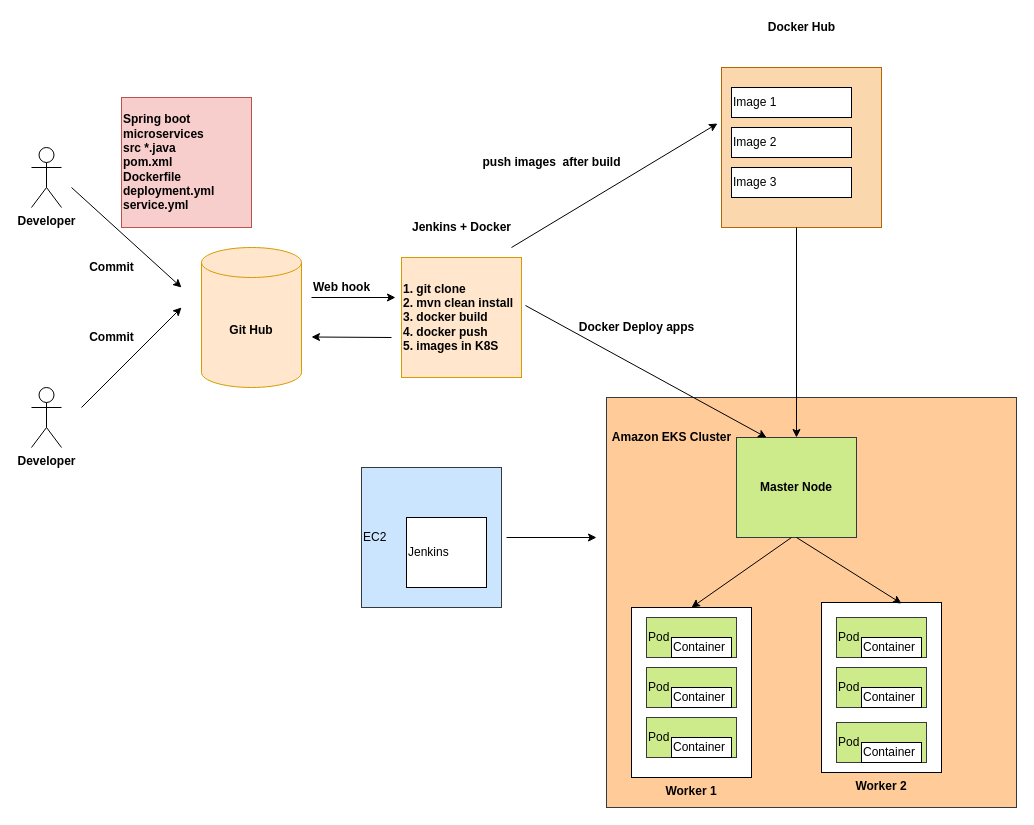
Before: Untitled Diagram.drawio in Shwetalishine/break-online-booking-system, a draw.io diagram. Source tidied: cells renumbered, new cells numbered last; positions are measured from the earlier drawing's top-left corner, leaving out a move shared by most shapes. Both pictures are drawn from the tidied source at 100%, with x=0, y=0 at pixel (31, 17).
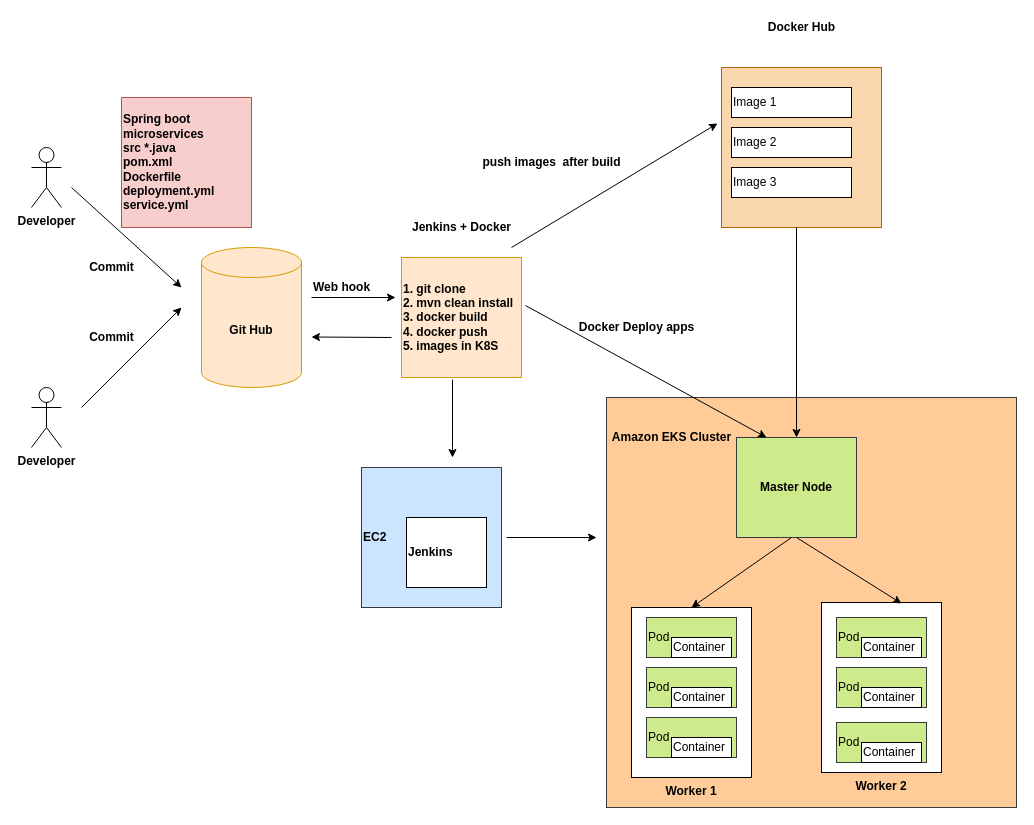
After the change.

The change refers to these unchanged cells:
```xml
<mxCell id="10" value="&lt;b&gt;1. git clone&lt;br&gt;2. mvn clean install&lt;br&gt;3. docker build&lt;br&gt;4. docker push&lt;br&gt;5. images in K8S&lt;/b&gt;" style="whiteSpace=wrap;html=1;fillColor=#ffe6cc;strokeColor=#d79b00;align=left;" parent="1" vertex="1">
  <mxGeometry x="370" y="240" width="120" height="120" as="geometry" />
</mxCell>
```

The edit, as a diff of the source:
```diff
@@
-    <mxCell id="45" value="EC2" style="whiteSpace=wrap;html=1;align=left;fillColor=#cce5ff;strokeColor=#36393d;" parent="1" vertex="1">
+    <mxCell id="45" value="&lt;b&gt;EC2&lt;/b&gt;" style="whiteSpace=wrap;html=1;align=left;fillColor=#cce5ff;strokeColor=#36393d;" parent="1" vertex="1">
       <mxGeometry x="330" y="450" width="140" height="140" as="geometry" />
     </mxCell>
-    <mxCell id="46" value="Jenkins" style="rounded=0;whiteSpace=wrap;html=1;align=left;" parent="1" vertex="1">
+    <mxCell id="46" value="&lt;b&gt;Jenkins&lt;/b&gt;" style="rounded=0;whiteSpace=wrap;html=1;align=left;" parent="1" vertex="1">
       <mxGeometry x="375" y="500" width="80" height="70" as="geometry" />
     </mxCell>
@@
+    <mxCell id="48" style="endArrow=classic;html=1;rounded=0;exitX=0.425;exitY=1.017;exitDx=0;exitDy=0;exitPerimeter=0;" parent="1" edge="1" source="10">
+      <mxGeometry relative="1" as="geometry">
+        <mxPoint x="421" y="440" as="targetPoint" />
+        <Array as="points">
+          <mxPoint x="421" y="430" />
+        </Array>
+      </mxGeometry>
+    </mxCell>
```
